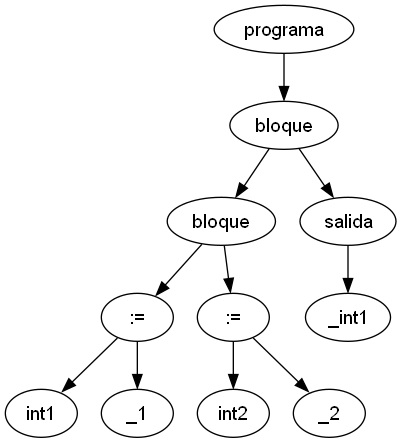
Earlier version of the Graphviz export tercera_entrega/arbol.png (maulellapablo/TpCompilador1C23). Its source is kept beside it as tercera_entrega/arbol.dot. The source it was exported from:
```dot
digraph BST {
    node [fontname="Arial"];
id1 [label = "programa"];
id2 [label = "bloque"];
id3 [label = "bloque"];
id4 [label = "bloque"];
id5 [label = "bloque"];
id6 [label = "bloque"];
id7 [label = ":="];
id8 [label = "int1"];
id7 -> id8 ;
id9 [label = "_1"];
id7 -> id9 ;
id6 -> id7 ;
id10 [label = ":="];
id11 [label = "int2"];
id10 -> id11 ;
id12 [label = "_2"];
id10 -> id12 ;
id6 -> id10 ;
id5 -> id6 ;
id13 [label = "salida"];
id14 [label = "_int1"];
id13 -> id14 ;
id5 -> id13 ;
id4 -> id5 ;
id15 [label = "entrada"];
id16 [label = "int2"];
id15 -> id16 ;
id4 -> id15 ;
id3 -> id4 ;
id17 [label = "if"];
id18 [label = ">"];
id19 [label = "int1"];
id18 -> id19 ;
id20 [label = "int2"];
id18 -> id20 ;
id17 -> id18 ;
id21 [label = "else"];
id22 [label = "salida"];
id23 [label = "_int1_no_es_mas_grande_que_int2"];
id22 -> id23 ;
id21 -> id22 ;
id24 [label = "salida"];
id25 [label = "_int1_no_es_mas_grande_que_int2"];
id24 -> id25 ;
id21 -> id24 ;
id17 -> id21 ;
id3 -> id17 ;
id2 -> id3 ;
id26 [label = "ciclo"];
id27 [label = ">"];
id28 [label = "int1"];
id27 -> id28 ;
id29 [label = "int2"];
id27 -> id29 ;
id26 -> id27 ;
id30 [label = "sub_bloque"];
id31 [label = "salida"];
id32 [label = "_int1_es_mas_grande_que_int2"];
id31 -> id32 ;
id30 -> id31 ;
id33 [label = ":="];
id34 [label = "int1"];
id33 -> id34 ;
id35 [label = "+"];
id36 [label = "int1"];
id35 -> id36 ;
id37 [label = "int2"];
id35 -> id37 ;
id33 -> id35 ;
id30 -> id33 ;
id26 -> id30 ;
id2 -> id26 ;
id1 -> id2 ;
}
```
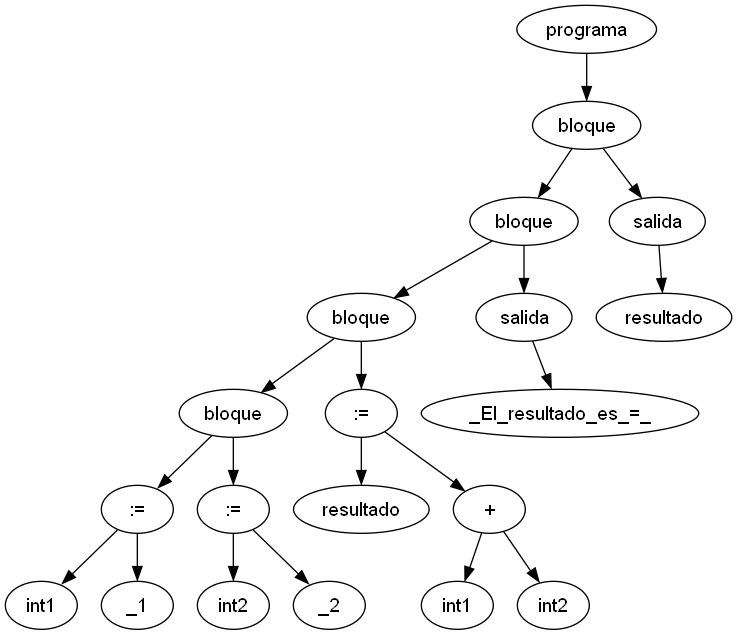
Above is the later version.

Diff of the diagram source:
```diff
@@ -5,72 +5,38 @@
 id3 [label = "bloque"];
 id4 [label = "bloque"];
 id5 [label = "bloque"];
-id6 [label = "bloque"];
-id7 [label = ":="];
-id8 [label = "int1"];
-id7 -> id8 ;
-id9 [label = "_1"];
-id7 -> id9 ;
+id6 [label = ":="];
+id7 [label = "int1"];
 id6 -> id7 ;
-id10 [label = ":="];
-id11 [label = "int2"];
-id10 -> id11 ;
-id12 [label = "_2"];
-id10 -> id12 ;
-id6 -> id10 ;
+id8 [label = "_1"];
+id6 -> id8 ;
 id5 -> id6 ;
-id13 [label = "salida"];
-id14 [label = "_int1"];
-id13 -> id14 ;
-id5 -> id13 ;
+id9 [label = ":="];
+id10 [label = "int2"];
+id9 -> id10 ;
+id11 [label = "_2"];
+id9 -> id11 ;
+id5 -> id9 ;
 id4 -> id5 ;
-id15 [label = "entrada"];
+id12 [label = ":="];
+id13 [label = "resultado"];
+id12 -> id13 ;
+id14 [label = "+"];
+id15 [label = "int1"];
+id14 -> id15 ;
 id16 [label = "int2"];
-id15 -> id16 ;
-id4 -> id15 ;
+id14 -> id16 ;
+id12 -> id14 ;
+id4 -> id12 ;
 id3 -> id4 ;
-id17 [label = "if"];
-id18 [label = ">"];
-id19 [label = "int1"];
-id18 -> id19 ;
-id20 [label = "int2"];
-id18 -> id20 ;
+id17 [label = "salida"];
+id18 [label = "_El_resultado_es_=_"];
 id17 -> id18 ;
-id21 [label = "else"];
-id22 [label = "salida"];
-id23 [label = "_int1_no_es_mas_grande_que_int2"];
-id22 -> id23 ;
-id21 -> id22 ;
-id24 [label = "salida"];
-id25 [label = "_int1_no_es_mas_grande_que_int2"];
-id24 -> id25 ;
-id21 -> id24 ;
-id17 -> id21 ;
 id3 -> id17 ;
 id2 -> id3 ;
-id26 [label = "ciclo"];
-id27 [label = ">"];
-id28 [label = "int1"];
-id27 -> id28 ;
-id29 [label = "int2"];
-id27 -> id29 ;
-id26 -> id27 ;
-id30 [label = "sub_bloque"];
-id31 [label = "salida"];
-id32 [label = "_int1_es_mas_grande_que_int2"];
-id31 -> id32 ;
-id30 -> id31 ;
-id33 [label = ":="];
-id34 [label = "int1"];
-id33 -> id34 ;
-id35 [label = "+"];
-id36 [label = "int1"];
-id35 -> id36 ;
-id37 [label = "int2"];
-id35 -> id37 ;
-id33 -> id35 ;
-id30 -> id33 ;
-id26 -> id30 ;
-id2 -> id26 ;
+id19 [label = "salida"];
+id20 [label = "resultado"];
+id19 -> id20 ;
+id2 -> id19 ;
 id1 -> id2 ;
 }
```
